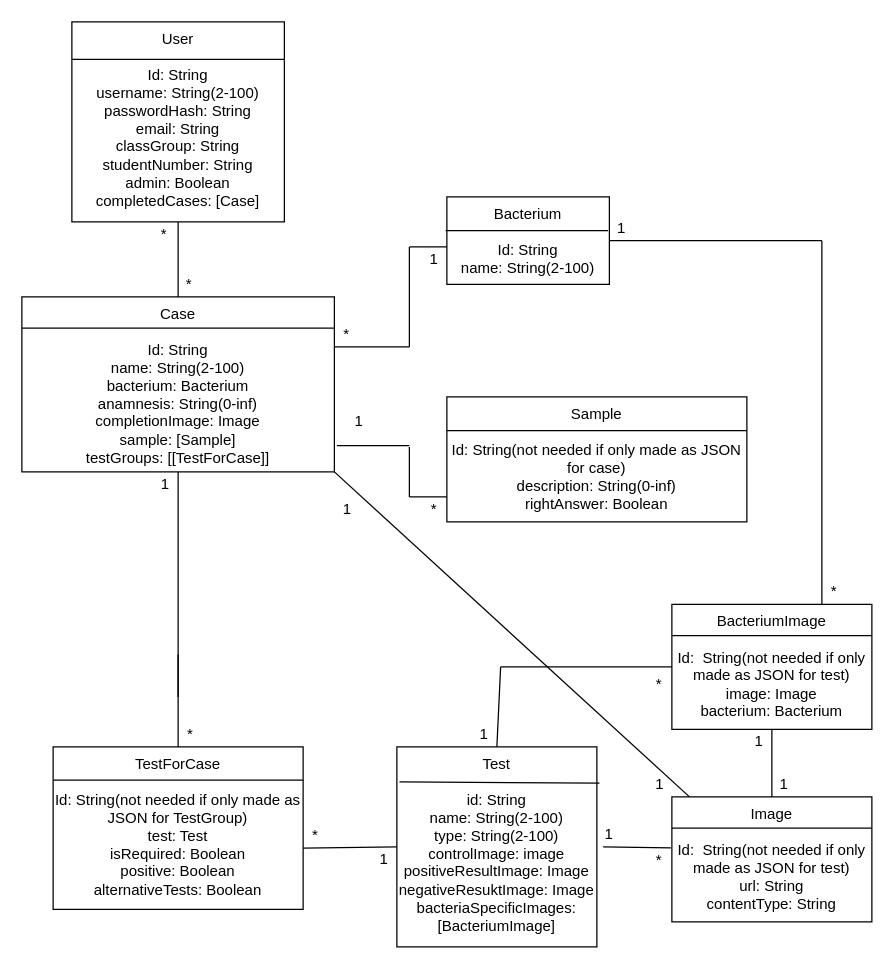
This is documentation/database.drawio from Ohtu-bakteerien-tunnistuspeli/Bakteerin-tunnistuspeli, a draw.io file, before an edit. Source tidied: cells renumbered, new cells numbered last; positions are measured from the earlier drawing's top-left corner, leaving out a move shared by most shapes. Both pictures are drawn from the tidied source at 125%, with x=0, y=0 at pixel (21, 21).
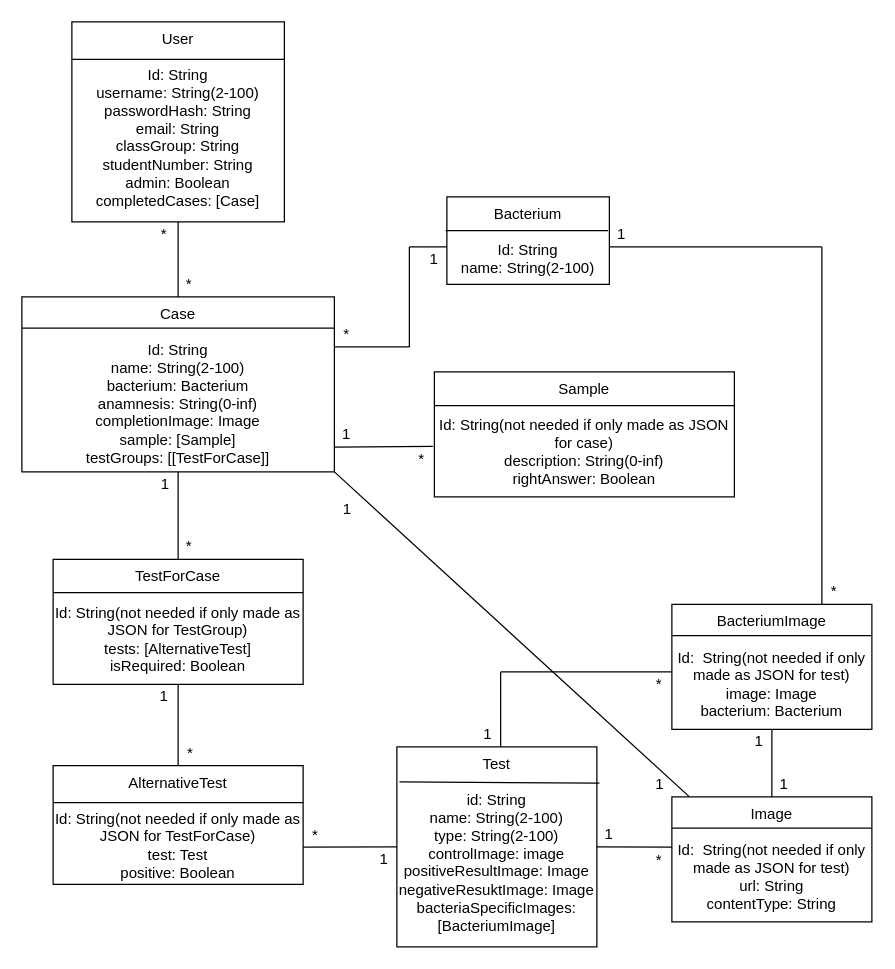
After the change.

Commit message (it also covers changes not shown here):
Modify database image for alternative tests

The change refers to these unchanged cells:
```xml
<mxCell id="3" value="Bacterium&lt;br&gt;&lt;br&gt;Id: String&lt;br&gt;name: String(2-100)" style="rounded=0;whiteSpace=wrap;html=1;verticalAlign=top;" parent="1" vertex="1">
  <mxGeometry x="340" y="140" width="130" height="70" as="geometry" />
</mxCell>
<mxCell id="4" value="Case&lt;br&gt;&lt;br&gt;Id: String&lt;br&gt;name: String(2-100)&lt;br&gt;bacterium: Bacterium&lt;br&gt;anamnesis: String(0-inf)&lt;br&gt;completionImage: Image&lt;br&gt;sample: [Sample]&lt;br&gt;testGroups: [[TestForCase]]" style="rounded=0;whiteSpace=wrap;html=1;verticalAlign=top;" parent="1" vertex="1">
  <mxGeometry y="220" width="250" height="140" as="geometry" />
</mxCell>
<mxCell id="6" value="Test&lt;br&gt;&lt;br&gt;id: String&lt;br&gt;name: String(2-100)&lt;br&gt;&lt;div&gt;type: String(2-100)&lt;/div&gt;&lt;div&gt;controlImage: image&lt;br&gt;&lt;/div&gt;positiveResultImage: Image&lt;br&gt;negativeResuktImage: Image&lt;br&gt;bacteriaSpecificImages: [BacteriumImage]" style="rounded=0;whiteSpace=wrap;html=1;verticalAlign=top;" parent="1" vertex="1">
  <mxGeometry x="300" y="580" width="160" height="160" as="geometry" />
</mxCell>
<mxCell id="34" value="Image&lt;br&gt;&lt;br&gt;Id:&amp;nbsp;&amp;nbsp;String(not needed if only made as JSON for test)&lt;br&gt;url: String&lt;br&gt;contentType: String" style="rounded=0;whiteSpace=wrap;html=1;verticalAlign=top;" parent="1" vertex="1">
  <mxGeometry x="520" y="620" width="160" height="100" as="geometry" />
</mxCell>
<mxCell id="37" value="1" style="text;html=1;strokeColor=none;fillColor=none;align=center;verticalAlign=middle;whiteSpace=wrap;rounded=0;" parent="1" vertex="1">
  <mxGeometry x="460" y="640" width="20" height="20" as="geometry" />
</mxCell>
<mxCell id="39" value="BacteriumImage&lt;br&gt;&lt;br&gt;Id:&amp;nbsp;&amp;nbsp;String(not needed if only made as JSON for test)&lt;br&gt;image: Image&lt;br&gt;bacterium: Bacterium" style="rounded=0;whiteSpace=wrap;html=1;verticalAlign=top;" parent="1" vertex="1">
  <mxGeometry x="520" y="466" width="160" height="100" as="geometry" />
</mxCell>
```

What changed in the source:
```diff
@@
     <mxCell id="5" value="Sample&lt;br&gt;&lt;br&gt;Id: String(not needed if only made as JSON for case)&lt;br&gt;description: String(0-inf)&lt;br&gt;rightAnswer: Boolean" style="rounded=0;whiteSpace=wrap;html=1;verticalAlign=top;" parent="1" vertex="1">
-      <mxGeometry x="340" y="300" width="240" height="100" as="geometry" />
+      <mxGeometry x="330" y="280" width="240" height="100" as="geometry" />
     </mxCell>
@@
-    <mxCell id="7" value="TestForCase&lt;br&gt;&lt;br&gt;Id: String(not needed if only made as JSON for TestGroup)&lt;br&gt;test: Test&lt;br&gt;isRequired: Boolean&lt;br&gt;positive: Boolean&lt;br&gt;alternativeTests: Boolean" style="rounded=0;whiteSpace=wrap;html=1;verticalAlign=top;" parent="1" vertex="1">
-      <mxGeometry x="25" y="580" width="200" height="130" as="geometry" />
+    <mxCell id="7" value="TestForCase&lt;br&gt;&lt;br&gt;Id: String(not needed if only made as JSON for TestGroup)&lt;br&gt;tests: [AlternativeTest]&lt;br&gt;isRequired: Boolean&lt;br&gt;" style="rounded=0;whiteSpace=wrap;html=1;verticalAlign=top;" parent="1" vertex="1">
+      <mxGeometry x="25" y="430" width="200" height="100" as="geometry" />
     </mxCell>
@@
     <mxCell id="11" style="endArrow=none;html=1;exitX=0;exitY=0.25;exitDx=0;exitDy=0;entryX=1;entryY=0.25;entryDx=0;entryDy=0;" parent="1" edge="1">
       <mxGeometry relative="1" as="geometry">
-        <mxPoint x="340" y="327" as="sourcePoint" />
-        <mxPoint x="580" y="327" as="targetPoint" />
+        <mxPoint x="330" y="307" as="sourcePoint" />
+        <mxPoint x="570" y="307" as="targetPoint" />
       </mxGeometry>
     </mxCell>
     <mxCell id="12" style="endArrow=none;html=1;exitX=0;exitY=0.25;exitDx=0;exitDy=0;entryX=1;entryY=0.25;entryDx=0;entryDy=0;" parent="1" edge="1">
       <mxGeometry relative="1" as="geometry">
-        <mxPoint x="25" y="606.5" as="sourcePoint" />
-        <mxPoint x="225" y="606.5" as="targetPoint" />
+        <mxPoint x="25" y="456.5" as="sourcePoint" />
+        <mxPoint x="225" y="456.5" as="targetPoint" />
       </mxGeometry>
     </mxCell>
@@
-    <mxCell id="15" style="endArrow=none;html=1;entryX=1;entryY=0;entryDx=0;entryDy=0;" parent="1" edge="1" target="23">
-      <mxGeometry relative="1" as="geometry">
-        <mxPoint x="225" y="661" as="sourcePoint" />
-      </mxGeometry>
+    <mxCell id="15" style="endArrow=none;html=1;entryX=0;entryY=0.5;entryDx=0;entryDy=0;exitX=1;exitY=0.687;exitDx=0;exitDy=0;exitPerimeter=0;" parent="1" edge="1" source="55" target="6">
+      <mxGeometry relative="1" as="geometry" />
     </mxCell>
@@
     <mxCell id="20" value="1" style="text;html=1;strokeColor=none;fillColor=none;align=center;verticalAlign=middle;whiteSpace=wrap;rounded=0;" parent="1" vertex="1">
-      <mxGeometry x="260" y="310" width="20" height="20" as="geometry" />
+      <mxGeometry x="250" y="320" width="20" height="20" as="geometry" />
     </mxCell>
     <mxCell id="21" value="*" style="text;html=1;strokeColor=none;fillColor=none;align=center;verticalAlign=middle;whiteSpace=wrap;rounded=0;" parent="1" vertex="1">
-      <mxGeometry x="320" y="380" width="20" height="20" as="geometry" />
+      <mxGeometry x="310" y="340" width="20" height="20" as="geometry" />
     </mxCell>
     <mxCell id="22" value="*" style="text;html=1;strokeColor=none;fillColor=none;align=center;verticalAlign=middle;whiteSpace=wrap;rounded=0;" parent="1" vertex="1">
-      <mxGeometry x="125" y="560" width="20" height="20" as="geometry" />
+      <mxGeometry x="124" y="410" width="20" height="20" as="geometry" />
     </mxCell>
     <mxCell id="23" value="1" style="text;html=1;strokeColor=none;fillColor=none;align=center;verticalAlign=middle;whiteSpace=wrap;rounded=0;" parent="1" vertex="1">
-      <mxGeometry x="280" y="660" width="20" height="20" as="geometry" />
+      <mxGeometry x="104" y="530" width="20" height="20" as="geometry" />
     </mxCell>
     <mxCell id="24" value="*" style="text;html=1;strokeColor=none;fillColor=none;align=center;verticalAlign=middle;whiteSpace=wrap;rounded=0;" parent="1" vertex="1">
-      <mxGeometry x="225" y="641" width="20" height="20" as="geometry" />
+      <mxGeometry x="125" y="575" width="20" height="20" as="geometry" />
     </mxCell>
@@
-    <mxCell id="28" style="endArrow=none;html=1;exitX=1.008;exitY=0.85;exitDx=0;exitDy=0;exitPerimeter=0;" parent="1" edge="1" source="4">
+    <mxCell id="28" style="endArrow=none;html=1;entryX=-0.005;entryY=0.596;entryDx=0;entryDy=0;entryPerimeter=0;exitX=1;exitY=0.858;exitDx=0;exitDy=0;exitPerimeter=0;" parent="1" edge="1">
       <mxGeometry relative="1" as="geometry">
-        <mxPoint x="310" y="339" as="targetPoint" />
+        <mxPoint x="250" y="340.1" as="sourcePoint" />
+        <mxPoint x="328.8" y="339.6" as="targetPoint" />
       </mxGeometry>
     </mxCell>
-    <mxCell id="29" style="endArrow=none;html=1;" parent="1" edge="1">
-      <mxGeometry relative="1" as="geometry">
-        <mxPoint x="310" y="340" as="sourcePoint" />
-        <mxPoint x="310" y="380" as="targetPoint" />
-      </mxGeometry>
-    </mxCell>
-    <mxCell id="30" style="endArrow=none;html=1;exitX=1;exitY=0;exitDx=0;exitDy=0;" parent="1" edge="1" source="21">
-      <mxGeometry relative="1" as="geometry">
-        <mxPoint x="310" y="380" as="targetPoint" />
-      </mxGeometry>
-    </mxCell>
-    <mxCell id="31" style="endArrow=none;html=1;exitX=0.5;exitY=1;exitDx=0;exitDy=0;" parent="1" edge="1" source="4">
-      <mxGeometry relative="1" as="geometry">
-        <mxPoint x="125" y="540" as="targetPoint" />
-      </mxGeometry>
+    <mxCell id="31" style="endArrow=none;html=1;exitX=0.5;exitY=1;exitDx=0;exitDy=0;entryX=0.5;entryY=0;entryDx=0;entryDy=0;" parent="1" edge="1" source="4" target="7">
+      <mxGeometry relative="1" as="geometry" />
     </mxCell>
-    <mxCell id="32" style="endArrow=none;html=1;exitX=0.5;exitY=0;exitDx=0;exitDy=0;entryX=0.5;entryY=1;entryDx=0;entryDy=0;" parent="1" edge="1" source="7">
-      <mxGeometry relative="1" as="geometry">
-        <mxPoint x="125" y="506" as="targetPoint" />
-      </mxGeometry>
-    </mxCell>
@@
-    <mxCell id="36" style="endArrow=none;html=1;entryX=-0.006;entryY=0.611;entryDx=0;entryDy=0;entryPerimeter=0;exitX=0.25;exitY=1;exitDx=0;exitDy=0;" parent="1" edge="1" source="37">
-      <mxGeometry relative="1" as="geometry">
-        <mxPoint x="519.2" y="660.8" as="targetPoint" />
-      </mxGeometry>
+    <mxCell id="36" style="endArrow=none;html=1;entryX=0;entryY=0.402;entryDx=0;entryDy=0;entryPerimeter=0;exitX=0;exitY=1;exitDx=0;exitDy=0;" parent="1" edge="1" source="37" target="34">
+      <mxGeometry relative="1" as="geometry" />
     </mxCell>
@@
-    <mxCell id="41" style="endArrow=none;html=1;entryX=0;entryY=0.5;entryDx=0;entryDy=0;" parent="1" edge="1" target="39">
+    <mxCell id="41" style="endArrow=none;html=1;entryX=0.002;entryY=0.54;entryDx=0;entryDy=0;entryPerimeter=0;" parent="1" edge="1" target="39">
       <mxGeometry relative="1" as="geometry">
-        <mxPoint x="383" y="516" as="sourcePoint" />
+        <mxPoint x="383" y="520" as="sourcePoint" />
       </mxGeometry>
     </mxCell>
-    <mxCell id="42" style="endArrow=none;html=1;exitX=0.5;exitY=0;exitDx=0;exitDy=0;" parent="1" edge="1" source="6">
+    <mxCell id="42" style="endArrow=none;html=1;" parent="1" edge="1">
       <mxGeometry relative="1" as="geometry">
-        <mxPoint x="383" y="516" as="targetPoint" />
+        <mxPoint x="383" y="580" as="sourcePoint" />
+        <mxPoint x="383" y="520" as="targetPoint" />
       </mxGeometry>
     </mxCell>
     <mxCell id="43" value="1" style="text;html=1;strokeColor=none;fillColor=none;align=center;verticalAlign=middle;whiteSpace=wrap;rounded=0;" parent="1" vertex="1">
-      <mxGeometry x="360" y="560" width="20" height="20" as="geometry" />
+      <mxGeometry x="363" y="560" width="20" height="20" as="geometry" />
     </mxCell>
@@
     <mxCell id="48" style="endArrow=none;html=1;exitX=0.75;exitY=0;exitDx=0;exitDy=0;" parent="1" edge="1" source="39">
       <mxGeometry relative="1" as="geometry">
-        <mxPoint x="640" y="175" as="targetPoint" />
+        <mxPoint x="640" y="180" as="targetPoint" />
       </mxGeometry>
     </mxCell>
-    <mxCell id="49" style="endArrow=none;html=1;exitX=1;exitY=0.5;exitDx=0;exitDy=0;" parent="1" edge="1" source="3">
+    <mxCell id="49" style="endArrow=none;html=1;exitX=1;exitY=0.5;exitDx=0;exitDy=0;" parent="1" edge="1">
       <mxGeometry relative="1" as="geometry">
-        <mxPoint x="640" y="175" as="targetPoint" />
+        <mxPoint x="470" y="180" as="sourcePoint" />
+        <mxPoint x="640" y="180" as="targetPoint" />
       </mxGeometry>
     </mxCell>
     <mxCell id="50" value="1" style="text;html=1;strokeColor=none;fillColor=none;align=center;verticalAlign=middle;whiteSpace=wrap;rounded=0;" parent="1" vertex="1">
-      <mxGeometry x="470" y="155" width="20" height="20" as="geometry" />
+      <mxGeometry x="470" y="160" width="20" height="20" as="geometry" />
     </mxCell>
@@
+    <mxCell id="55" value="AlternativeTest&lt;br&gt;&lt;br&gt;Id: String(not needed if only made as JSON for TestForCase)&lt;br&gt;test: Test&lt;br&gt;positive: Boolean" style="rounded=0;whiteSpace=wrap;html=1;verticalAlign=top;" parent="1" vertex="1">
+      <mxGeometry x="25" y="595" width="200" height="95" as="geometry" />
+    </mxCell>
+    <mxCell id="56" style="endArrow=none;html=1;exitX=0;exitY=0.25;exitDx=0;exitDy=0;entryX=1;entryY=0.25;entryDx=0;entryDy=0;" parent="1" edge="1">
+      <mxGeometry relative="1" as="geometry">
+        <mxPoint x="25" y="624.5" as="sourcePoint" />
+        <mxPoint x="225" y="624.5" as="targetPoint" />
+      </mxGeometry>
+    </mxCell>
+    <mxCell id="57" value="*" style="text;html=1;strokeColor=none;fillColor=none;align=center;verticalAlign=middle;whiteSpace=wrap;rounded=0;" parent="1" vertex="1">
+      <mxGeometry x="225" y="641" width="20" height="20" as="geometry" />
+    </mxCell>
+    <mxCell id="58" style="endArrow=none;html=1;entryX=0.5;entryY=1;entryDx=0;entryDy=0;exitX=0.5;exitY=0;exitDx=0;exitDy=0;" parent="1" edge="1" source="55" target="7">
+      <mxGeometry relative="1" as="geometry" />
+    </mxCell>
+    <mxCell id="59" value="1" style="text;html=1;strokeColor=none;fillColor=none;align=center;verticalAlign=middle;whiteSpace=wrap;rounded=0;" parent="1" vertex="1">
+      <mxGeometry x="280" y="660" width="20" height="20" as="geometry" />
+    </mxCell>
```
